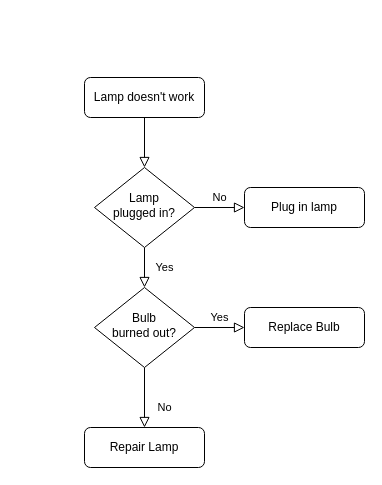
This is Hangman Logic.drawio from SelfHostedToast/Python, a draw.io file, before an edit. Source tidied: cells renumbered, new cells numbered last; positions are measured from the earlier drawing's top-left corner, leaving out a move shared by most shapes. Both pictures are drawn from the tidied source at 100%, with x=0, y=0 at pixel (84, 77).
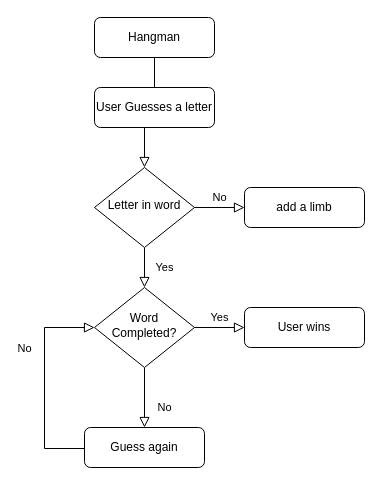
Above is the later version.

Diff of the diagram source:
```diff
@@
 <mxGraphModel>
   <root>
     <mxCell id="0" />
     <mxCell id="1" parent="0" />
     <mxCell id="2" style="rounded=0;html=1;jettySize=auto;fontSize=11;endArrow=block;endFill=0;endSize=8;strokeWidth=1;shadow=0;labelBackgroundColor=none;edgeStyle=orthogonalEdgeStyle;" parent="1" edge="1" source="3" target="6">
       <mxGeometry relative="1" as="geometry" />
     </mxCell>
-    <mxCell id="3" value="Lamp doesn't work" style="rounded=1;whiteSpace=wrap;html=1;fontSize=12;glass=0;strokeWidth=1;shadow=0;" parent="1" vertex="1">
-      <mxGeometry width="120" height="40" as="geometry" />
+    <mxCell id="3" value="Hangman" style="rounded=1;whiteSpace=wrap;html=1;fontSize=12;glass=0;strokeWidth=1;shadow=0;" parent="1" vertex="1">
+      <mxGeometry x="10" y="-60" width="120" height="40" as="geometry" />
     </mxCell>
     <mxCell id="4" value="Yes" style="rounded=0;html=1;jettySize=auto;fontSize=11;endArrow=block;endFill=0;endSize=8;strokeWidth=1;shadow=0;labelBackgroundColor=none;edgeStyle=orthogonalEdgeStyle;" parent="1" edge="1" source="6" target="10">
       <mxGeometry y="20" relative="1" as="geometry" />
     </mxCell>
     <mxCell id="5" value="No" style="edgeStyle=orthogonalEdgeStyle;rounded=0;html=1;jettySize=auto;fontSize=11;endArrow=block;endFill=0;endSize=8;strokeWidth=1;shadow=0;labelBackgroundColor=none;" parent="1" edge="1" source="6" target="7">
       <mxGeometry y="10" relative="1" as="geometry" />
     </mxCell>
-    <mxCell id="6" value="Lamp&lt;br&gt;plugged in?" style="rhombus;whiteSpace=wrap;html=1;shadow=0;fontFamily=Helvetica;fontSize=12;align=center;strokeWidth=1;spacing=6;spacingTop=-4;" parent="1" vertex="1">
+    <mxCell id="6" value="Letter in word" style="rhombus;whiteSpace=wrap;html=1;shadow=0;fontFamily=Helvetica;fontSize=12;align=center;strokeWidth=1;spacing=6;spacingTop=-4;" parent="1" vertex="1">
       <mxGeometry x="10" y="90" width="100" height="80" as="geometry" />
     </mxCell>
-    <mxCell id="7" value="Plug in lamp" style="rounded=1;whiteSpace=wrap;html=1;fontSize=12;glass=0;strokeWidth=1;shadow=0;" parent="1" vertex="1">
+    <mxCell id="7" value="add a limb" style="rounded=1;whiteSpace=wrap;html=1;fontSize=12;glass=0;strokeWidth=1;shadow=0;" parent="1" vertex="1">
       <mxGeometry x="160" y="110" width="120" height="40" as="geometry" />
     </mxCell>
     <mxCell id="8" value="No" style="rounded=0;html=1;jettySize=auto;fontSize=11;endArrow=block;endFill=0;endSize=8;strokeWidth=1;shadow=0;labelBackgroundColor=none;edgeStyle=orthogonalEdgeStyle;" parent="1" edge="1" source="10" target="11">
       <mxGeometry x="0.33" y="20" relative="1" as="geometry" />
     </mxCell>
     <mxCell id="9" value="Yes" style="edgeStyle=orthogonalEdgeStyle;rounded=0;html=1;jettySize=auto;fontSize=11;endArrow=block;endFill=0;endSize=8;strokeWidth=1;shadow=0;labelBackgroundColor=none;" parent="1" edge="1" source="10" target="12">
       <mxGeometry y="10" relative="1" as="geometry" />
     </mxCell>
-    <mxCell id="10" value="Bulb&lt;br&gt;burned out?" style="rhombus;whiteSpace=wrap;html=1;shadow=0;fontFamily=Helvetica;fontSize=12;align=center;strokeWidth=1;spacing=6;spacingTop=-4;" parent="1" vertex="1">
+    <mxCell id="10" value="Word Completed?" style="rhombus;whiteSpace=wrap;html=1;shadow=0;fontFamily=Helvetica;fontSize=12;align=center;strokeWidth=1;spacing=6;spacingTop=-4;" parent="1" vertex="1">
       <mxGeometry x="10" y="210" width="100" height="80" as="geometry" />
     </mxCell>
-    <mxCell id="11" value="Repair Lamp" style="rounded=1;whiteSpace=wrap;html=1;fontSize=12;glass=0;strokeWidth=1;shadow=0;" parent="1" vertex="1">
+    <mxCell id="11" value="Guess again" style="rounded=1;whiteSpace=wrap;html=1;fontSize=12;glass=0;strokeWidth=1;shadow=0;" parent="1" vertex="1">
       <mxGeometry y="350" width="120" height="40" as="geometry" />
     </mxCell>
-    <mxCell id="12" value="Replace Bulb" style="rounded=1;whiteSpace=wrap;html=1;fontSize=12;glass=0;strokeWidth=1;shadow=0;" parent="1" vertex="1">
+    <mxCell id="12" value="User wins" style="rounded=1;whiteSpace=wrap;html=1;fontSize=12;glass=0;strokeWidth=1;shadow=0;" parent="1" vertex="1">
       <mxGeometry x="160" y="230" width="120" height="40" as="geometry" />
     </mxCell>
+    <mxCell id="13" value="User Guesses a letter" style="rounded=1;whiteSpace=wrap;html=1;fontSize=12;glass=0;strokeWidth=1;shadow=0;" parent="1" vertex="1">
+      <mxGeometry x="10" y="10" width="120" height="40" as="geometry" />
+    </mxCell>
+    <mxCell id="14" value="No" style="rounded=0;html=1;jettySize=auto;fontSize=11;endArrow=block;endFill=0;endSize=8;strokeWidth=1;shadow=0;labelBackgroundColor=none;edgeStyle=orthogonalEdgeStyle;entryX=0;entryY=0.5;entryDx=0;entryDy=0;" parent="1" edge="1" target="10">
+      <mxGeometry x="0.33" y="20" relative="1" as="geometry">
+        <mxPoint y="370" as="sourcePoint" />
+        <Array as="points">
+          <mxPoint y="371" />
+          <mxPoint x="-40" y="371" />
+          <mxPoint x="-40" y="250" />
+        </Array>
+      </mxGeometry>
+    </mxCell>
   </root>
 </mxGraphModel>
```
